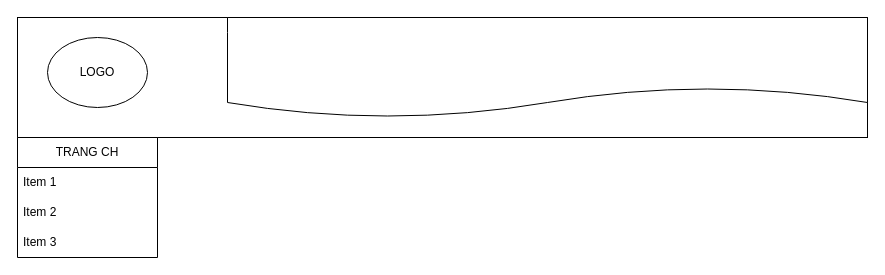
Above: Untitled Diagram.drawio in TranDucLuong152/LAB1 (draw.io), before the change. Source tidied: cells renumbered, new cells numbered last; positions are measured from the earlier drawing's top-left corner, leaving out a move shared by most shapes. Both pictures are drawn from the tidied source at 100%, with x=0, y=0 at pixel (17, 17).
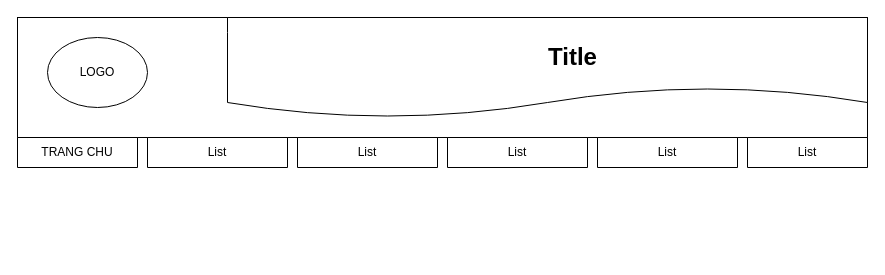
Above is the later version.

What changed in the source:
```diff
@@
 <mxGraphModel>
   <root>
     <mxCell id="0" />
     <mxCell id="1" parent="0" />
     <mxCell id="2" style="rounded=0;whiteSpace=wrap;html=1;" parent="1" vertex="1">
       <mxGeometry width="850" height="120" as="geometry" />
     </mxCell>
     <mxCell id="3" style="shape=document;whiteSpace=wrap;html=1;boundedLbl=1;direction=west;rotation=-180;" parent="1" vertex="1">
       <mxGeometry x="210" width="640" height="100" as="geometry" />
     </mxCell>
     <mxCell id="4" value="LOGO" style="ellipse;whiteSpace=wrap;html=1;align=center;" parent="1" vertex="1">
       <mxGeometry x="30" y="20" width="100" height="70" as="geometry" />
     </mxCell>
-    <mxCell id="5" value="TRANG CH" style="swimlane;fontStyle=0;horizontal=1;startSize=30;whiteSpace=wrap;html=1;" parent="1" vertex="1">
-      <mxGeometry y="120" width="140" height="120" as="geometry" />
+    <mxCell id="5" value="TRANG CHU" style="swimlane;fontStyle=0;horizontal=1;startSize=30;whiteSpace=wrap;html=1;" parent="1" vertex="1" collapsed="1">
+      <mxGeometry y="120" width="120" height="30" as="geometry" />
     </mxCell>
-    <mxCell id="6" value="Item 1" style="text;strokeColor=none;fillColor=none;align=left;verticalAlign=middle;spacingLeft=4;spacingRight=4;overflow=hidden;whiteSpace=wrap;html=1;" parent="5" vertex="1">
-      <mxGeometry y="30" width="140" height="30" as="geometry" />
-    </mxCell>
-    <mxCell id="7" value="Item 2" style="text;strokeColor=none;fillColor=none;align=left;verticalAlign=middle;spacingLeft=4;spacingRight=4;overflow=hidden;whiteSpace=wrap;html=1;" parent="5" vertex="1">
-      <mxGeometry y="60" width="140" height="30" as="geometry" />
-    </mxCell>
-    <mxCell id="8" value="Item 3" style="text;strokeColor=none;fillColor=none;align=left;verticalAlign=middle;spacingLeft=4;spacingRight=4;overflow=hidden;whiteSpace=wrap;html=1;" parent="5" vertex="1">
-      <mxGeometry y="90" width="140" height="30" as="geometry" />
-    </mxCell>
+    <mxCell id="9" value="List" style="swimlane;fontStyle=0;horizontal=1;startSize=30;whiteSpace=wrap;html=1;" parent="1" vertex="1" collapsed="1">
+      <mxGeometry x="130" y="120" width="140" height="30" as="geometry" />
+    </mxCell>
+    <mxCell id="10" value="List" style="swimlane;fontStyle=0;horizontal=1;startSize=30;whiteSpace=wrap;html=1;" parent="1" vertex="1" collapsed="1">
+      <mxGeometry x="280" y="120" width="140" height="30" as="geometry" />
+    </mxCell>
+    <mxCell id="11" value="List" style="swimlane;fontStyle=0;horizontal=1;startSize=30;whiteSpace=wrap;html=1;" parent="1" vertex="1" collapsed="1">
+      <mxGeometry x="430" y="120" width="140" height="30" as="geometry" />
+    </mxCell>
+    <mxCell id="12" value="List" style="swimlane;fontStyle=0;horizontal=1;startSize=30;whiteSpace=wrap;html=1;" parent="1" vertex="1" collapsed="1">
+      <mxGeometry x="580" y="120" width="140" height="30" as="geometry" />
+    </mxCell>
+    <mxCell id="13" value="List" style="swimlane;fontStyle=0;horizontal=1;startSize=30;whiteSpace=wrap;html=1;" parent="1" vertex="1" collapsed="1">
+      <mxGeometry x="730" y="120" width="120" height="30" as="geometry" />
+    </mxCell>
+    <mxCell id="14" value="Title" style="text;strokeColor=none;fillColor=none;html=1;fontSize=24;fontStyle=1;verticalAlign=middle;align=center;" parent="1" vertex="1">
+      <mxGeometry x="360" y="20" width="390" height="40" as="geometry" />
+    </mxCell>
   </root>
 </mxGraphModel>
```
